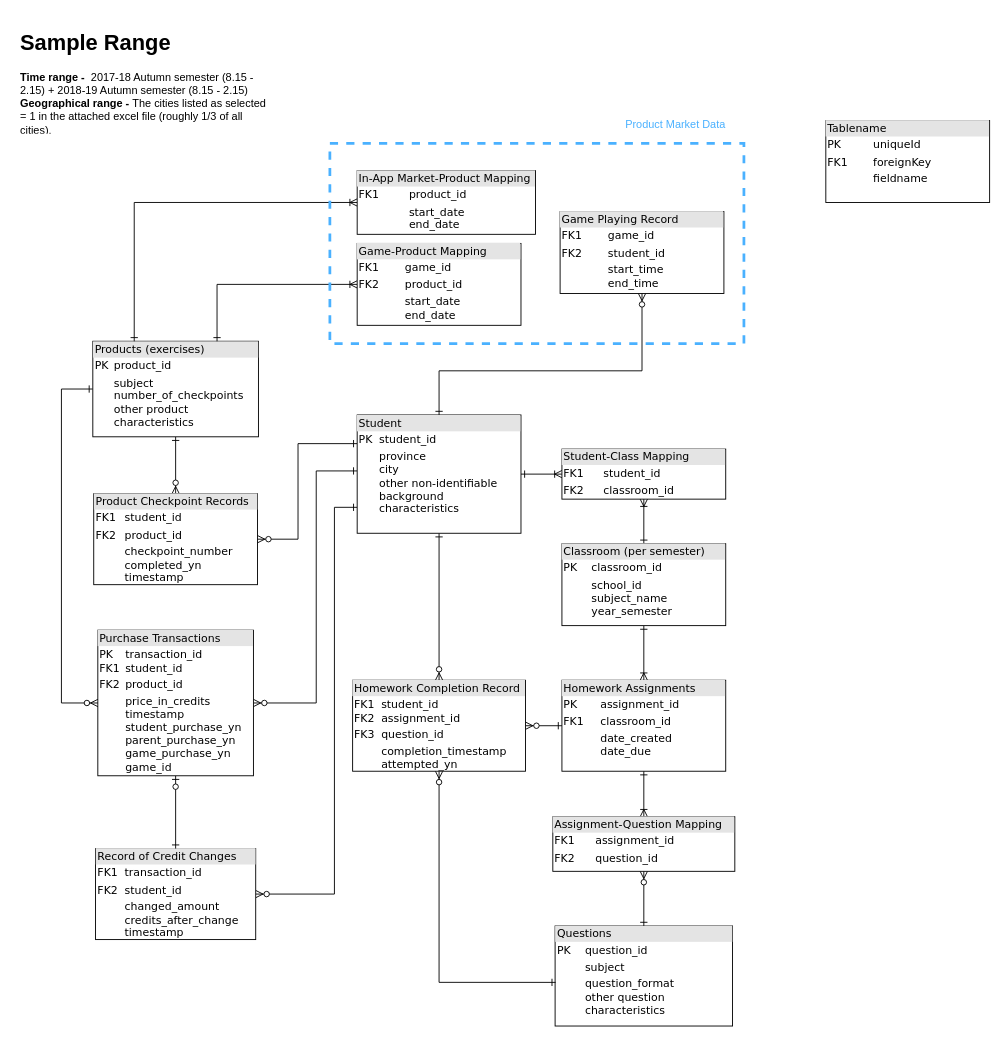
henrishi/drawio keeps this draw.io diagram as 17zuoye_request_schema.drawio. Above is the earlier version. Source tidied: cells renumbered, new cells numbered last; positions are measured from the earlier drawing's top-left corner, leaving out a move shared by most shapes. Both pictures are drawn from the tidied source at 91%, with x=0, y=0 at pixel (15, 25).
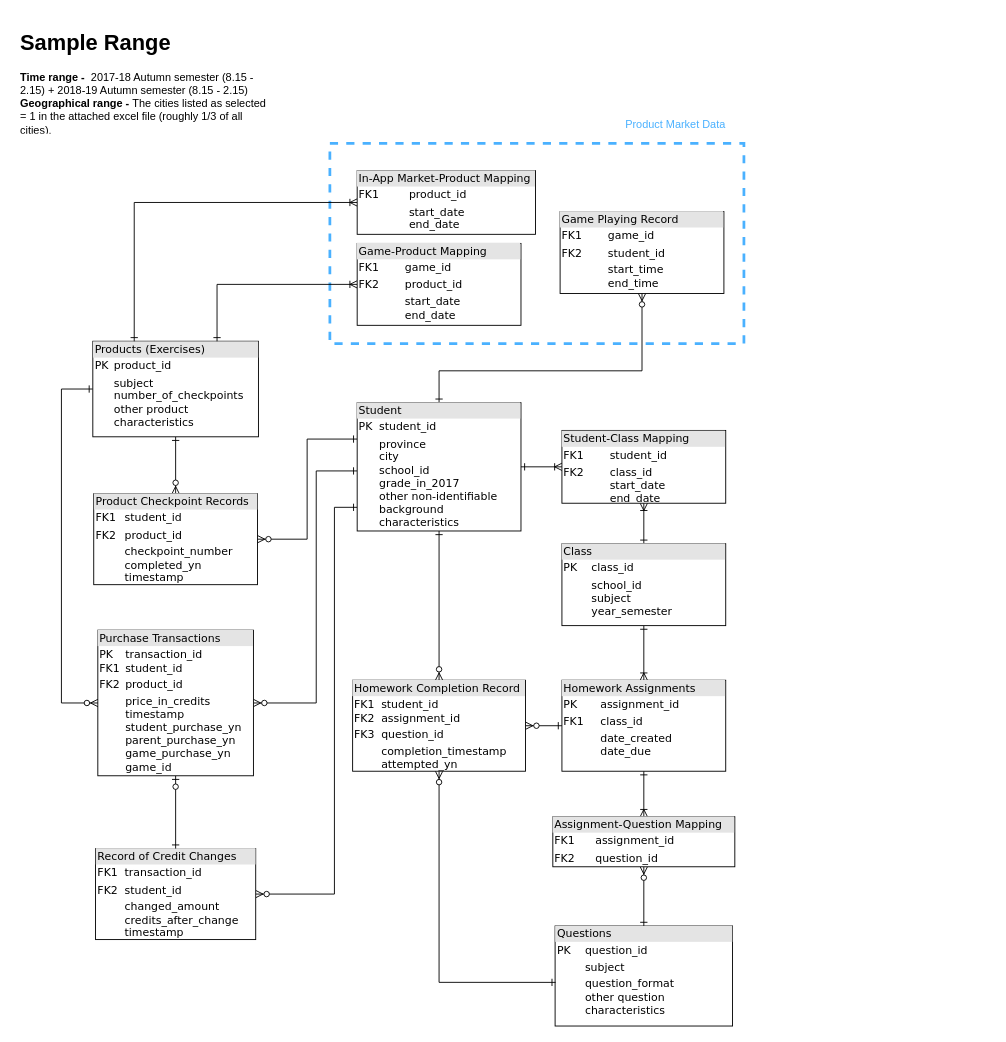
Above is the later version.

The change refers to these unchanged cells:
```xml
<mxCell id="29" value="&lt;div style=&quot;box-sizing: border-box ; width: 100% ; background: #e4e4e4 ; padding: 2px&quot;&gt;Product Checkpoint Records&lt;/div&gt;&lt;table style=&quot;width: 100% ; font-size: 1em&quot; cellpadding=&quot;2&quot; cellspacing=&quot;0&quot;&gt;&lt;tbody&gt;&lt;tr&gt;&lt;td&gt;FK1&lt;/td&gt;&lt;td&gt;student_id&lt;/td&gt;&lt;/tr&gt;&lt;tr&gt;&lt;td&gt;FK2&lt;/td&gt;&lt;td&gt;product_id&lt;/td&gt;&lt;/tr&gt;&lt;tr&gt;&lt;td&gt;&lt;/td&gt;&lt;td&gt;checkpoint_number&lt;br&gt;completed_yn&lt;br&gt;timestamp&lt;/td&gt;&lt;/tr&gt;&lt;/tbody&gt;&lt;/table&gt;" style="verticalAlign=top;align=left;overflow=fill;html=1;rounded=0;shadow=0;comic=0;labelBackgroundColor=none;strokeColor=#000000;strokeWidth=1;fillColor=#ffffff;fontFamily=Verdana;fontSize=12;fontColor=#000000;" parent="1" vertex="1">
  <mxGeometry x="85.5" y="515" width="180" height="100" as="geometry" />
</mxCell>
```

What changed in the source:
```diff
@@
+    <mxCell id="35" style="group;" parent="1" vertex="1">
+      <mxGeometry x="345" y="100" width="455" height="250" as="geometry" />
+    </mxCell>
+    <mxCell id="36" style="rounded=0;whiteSpace=wrap;html=1;dashed=1;strokeColor=#4AB1FF;strokeWidth=3;fillColor=none;" parent="35" vertex="1">
+      <mxGeometry y="30" width="455" height="220" as="geometry" />
+    </mxCell>
+    <mxCell id="37" value="Product Market Data" style="text;html=1;strokeColor=none;fillColor=none;align=center;verticalAlign=middle;whiteSpace=wrap;rounded=0;dashed=1;fontColor=#4AB1FF;" parent="35" vertex="1">
+      <mxGeometry x="315" width="130" height="20" as="geometry" />
+    </mxCell>
@@
     <mxCell id="6" style="edgeStyle=orthogonalEdgeStyle;rounded=0;jettySize=auto;html=1;entryX=1;entryY=0.5;entryDx=0;entryDy=0;startArrow=ERone;startFill=0;endArrow=ERzeroToMany;endFill=1;" parent="1" edge="1" source="8" target="29">
       <mxGeometry relative="1" as="geometry">
         <Array as="points">
-          <mxPoint x="310" y="460" />
-          <mxPoint x="310" y="565" />
+          <mxPoint x="320" y="455" />
+          <mxPoint x="320" y="565" />
         </Array>
       </mxGeometry>
     </mxCell>
@@
-    <mxCell id="8" value="&lt;div style=&quot;box-sizing: border-box ; width: 100% ; background: #e4e4e4 ; padding: 2px&quot;&gt;Student&lt;/div&gt;&lt;table style=&quot;width: 100% ; font-size: 1em&quot; cellpadding=&quot;2&quot; cellspacing=&quot;0&quot;&gt;&lt;tbody&gt;&lt;tr&gt;&lt;td&gt;PK&lt;/td&gt;&lt;td&gt;student_id&lt;/td&gt;&lt;/tr&gt;&lt;tr&gt;&lt;td&gt;&lt;br&gt;&lt;br&gt;&lt;br&gt;&lt;br&gt;&lt;/td&gt;&lt;td&gt;province&lt;br&gt;city&lt;br&gt;other non-identifiable&lt;br&gt;background &lt;br&gt;characteristics&lt;br&gt;&lt;/td&gt;&lt;/tr&gt;&lt;/tbody&gt;&lt;/table&gt;" style="verticalAlign=top;align=left;overflow=fill;html=1;rounded=0;shadow=0;comic=0;labelBackgroundColor=none;strokeColor=#000000;strokeWidth=1;fillColor=#ffffff;fontFamily=Verdana;fontSize=12;fontColor=#000000;" parent="1" vertex="1">
-      <mxGeometry x="375" y="428.5" width="180" height="130" as="geometry" />
+    <mxCell id="8" value="&lt;div style=&quot;box-sizing: border-box ; width: 100% ; background: #e4e4e4 ; padding: 2px&quot;&gt;Student&lt;/div&gt;&lt;table style=&quot;width: 100% ; font-size: 1em&quot; cellpadding=&quot;2&quot; cellspacing=&quot;0&quot;&gt;&lt;tbody&gt;&lt;tr&gt;&lt;td&gt;PK&lt;/td&gt;&lt;td&gt;student_id&lt;/td&gt;&lt;/tr&gt;&lt;tr&gt;&lt;td&gt;&lt;br&gt;&lt;br&gt;&lt;br&gt;&lt;br&gt;&lt;/td&gt;&lt;td&gt;province&lt;br&gt;city&lt;br&gt;school_id&lt;br&gt;grade_in_2017&lt;br&gt;other non-identifiable&lt;br&gt;background &lt;br&gt;characteristics&lt;br&gt;&lt;/td&gt;&lt;/tr&gt;&lt;/tbody&gt;&lt;/table&gt;" style="verticalAlign=top;align=left;overflow=fill;html=1;rounded=0;shadow=0;comic=0;labelBackgroundColor=none;strokeColor=#000000;strokeWidth=1;fillColor=#ffffff;fontFamily=Verdana;fontSize=12;fontColor=#000000;" parent="1" vertex="1">
+      <mxGeometry x="375" y="415" width="180" height="141" as="geometry" />
     </mxCell>
-    <mxCell id="9" value="&lt;div style=&quot;box-sizing:border-box;width:100%;background:#e4e4e4;padding:2px;&quot;&gt;Tablename&lt;/div&gt;&lt;table style=&quot;width:100%;font-size:1em;&quot; cellpadding=&quot;2&quot; cellspacing=&quot;0&quot;&gt;&lt;tr&gt;&lt;td&gt;PK&lt;/td&gt;&lt;td&gt;uniqueId&lt;/td&gt;&lt;/tr&gt;&lt;tr&gt;&lt;td&gt;FK1&lt;/td&gt;&lt;td&gt;foreignKey&lt;/td&gt;&lt;/tr&gt;&lt;tr&gt;&lt;td&gt;&lt;/td&gt;&lt;td&gt;fieldname&lt;/td&gt;&lt;/tr&gt;&lt;/table&gt;" style="verticalAlign=top;align=left;overflow=fill;html=1;rounded=0;shadow=0;comic=0;labelBackgroundColor=none;strokeColor=#000000;strokeWidth=1;fillColor=#ffffff;fontFamily=Verdana;fontSize=12;fontColor=#000000;" parent="1" vertex="1">
-      <mxGeometry x="890" y="105" width="180" height="90" as="geometry" />
-    </mxCell>
@@
-    <mxCell id="13" value="&lt;div style=&quot;box-sizing: border-box ; width: 100% ; background: #e4e4e4 ; padding: 2px&quot;&gt;Classroom (per semester)&lt;/div&gt;&lt;table style=&quot;width: 100% ; font-size: 1em&quot; cellpadding=&quot;2&quot; cellspacing=&quot;0&quot;&gt;&lt;tbody&gt;&lt;tr&gt;&lt;td&gt;PK&lt;/td&gt;&lt;td&gt;classroom_id&lt;/td&gt;&lt;/tr&gt;&lt;tr&gt;&lt;td&gt;&lt;/td&gt;&lt;td&gt;school_id&lt;br&gt;subject_name&lt;br&gt;year_semester&lt;br&gt;&lt;/td&gt;&lt;/tr&gt;&lt;/tbody&gt;&lt;/table&gt;" style="verticalAlign=top;align=left;overflow=fill;html=1;rounded=0;shadow=0;comic=0;labelBackgroundColor=none;strokeColor=#000000;strokeWidth=1;fillColor=#ffffff;fontFamily=Verdana;fontSize=12;fontColor=#000000;" parent="1" vertex="1">
+    <mxCell id="13" value="&lt;div style=&quot;box-sizing: border-box ; width: 100% ; background: #e4e4e4 ; padding: 2px&quot;&gt;Class&lt;/div&gt;&lt;table style=&quot;width: 100% ; font-size: 1em&quot; cellpadding=&quot;2&quot; cellspacing=&quot;0&quot;&gt;&lt;tbody&gt;&lt;tr&gt;&lt;td&gt;PK&lt;/td&gt;&lt;td&gt;class_id&lt;/td&gt;&lt;/tr&gt;&lt;tr&gt;&lt;td&gt;&lt;/td&gt;&lt;td&gt;school_id&lt;br&gt;subject&lt;br&gt;year_semester&lt;br&gt;&lt;/td&gt;&lt;/tr&gt;&lt;/tbody&gt;&lt;/table&gt;" style="verticalAlign=top;align=left;overflow=fill;html=1;rounded=0;shadow=0;comic=0;labelBackgroundColor=none;strokeColor=#000000;strokeWidth=1;fillColor=#ffffff;fontFamily=Verdana;fontSize=12;fontColor=#000000;" parent="1" vertex="1">
       <mxGeometry x="600" y="570" width="180" height="90" as="geometry" />
     </mxCell>
-    <mxCell id="14" value="&lt;div style=&quot;box-sizing: border-box ; width: 100% ; background: #e4e4e4 ; padding: 2px&quot;&gt;Student-Class Mapping&lt;/div&gt;&lt;table style=&quot;width: 100% ; font-size: 1em&quot; cellpadding=&quot;2&quot; cellspacing=&quot;0&quot;&gt;&lt;tbody&gt;&lt;tr&gt;&lt;td&gt;FK1&lt;/td&gt;&lt;td&gt;student_id&lt;/td&gt;&lt;/tr&gt;&lt;tr&gt;&lt;td&gt;FK2&lt;/td&gt;&lt;td&gt;classroom_id&lt;/td&gt;&lt;/tr&gt;&lt;/tbody&gt;&lt;/table&gt;" style="verticalAlign=top;align=left;overflow=fill;html=1;rounded=0;shadow=0;comic=0;labelBackgroundColor=none;strokeColor=#000000;strokeWidth=1;fillColor=#ffffff;fontFamily=Verdana;fontSize=12;fontColor=#000000;" parent="1" vertex="1">
-      <mxGeometry x="600" y="466" width="180" height="55" as="geometry" />
+    <mxCell id="14" value="&lt;div style=&quot;box-sizing: border-box ; width: 100% ; background: #e4e4e4 ; padding: 2px&quot;&gt;Student-Class Mapping&lt;/div&gt;&lt;table style=&quot;width: 100% ; font-size: 1em&quot; cellpadding=&quot;2&quot; cellspacing=&quot;0&quot;&gt;&lt;tbody&gt;&lt;tr&gt;&lt;td&gt;FK1&lt;/td&gt;&lt;td&gt;student_id&lt;/td&gt;&lt;/tr&gt;&lt;tr&gt;&lt;td&gt;FK2&lt;br&gt;&lt;br&gt;&lt;br&gt;&lt;/td&gt;&lt;td&gt;class_id&lt;br&gt;start_date&lt;br&gt;end_date&lt;br&gt;&lt;/td&gt;&lt;/tr&gt;&lt;/tbody&gt;&lt;/table&gt;" style="verticalAlign=top;align=left;overflow=fill;html=1;rounded=0;shadow=0;comic=0;labelBackgroundColor=none;strokeColor=#000000;strokeWidth=1;fillColor=#ffffff;fontFamily=Verdana;fontSize=12;fontColor=#000000;" parent="1" vertex="1">
+      <mxGeometry x="600" y="445.5" width="180" height="80" as="geometry" />
     </mxCell>
@@
-    <mxCell id="16" value="&lt;div style=&quot;box-sizing: border-box ; width: 100% ; background: #e4e4e4 ; padding: 2px&quot;&gt;Homework Assignments&lt;/div&gt;&lt;table style=&quot;width: 100% ; font-size: 1em&quot; cellpadding=&quot;2&quot; cellspacing=&quot;0&quot;&gt;&lt;tbody&gt;&lt;tr&gt;&lt;td&gt;PK&lt;/td&gt;&lt;td&gt;assignment_id&lt;/td&gt;&lt;/tr&gt;&lt;tr&gt;&lt;td&gt;FK1&lt;/td&gt;&lt;td&gt;classroom_id&lt;/td&gt;&lt;/tr&gt;&lt;tr&gt;&lt;td&gt;&lt;/td&gt;&lt;td&gt;date_created&lt;br&gt;date_due&lt;br&gt;&lt;/td&gt;&lt;/tr&gt;&lt;/tbody&gt;&lt;/table&gt;" style="verticalAlign=top;align=left;overflow=fill;html=1;rounded=0;shadow=0;comic=0;labelBackgroundColor=none;strokeColor=#000000;strokeWidth=1;fillColor=#ffffff;fontFamily=Verdana;fontSize=12;fontColor=#000000;" parent="1" vertex="1">
+    <mxCell id="16" value="&lt;div style=&quot;box-sizing: border-box ; width: 100% ; background: #e4e4e4 ; padding: 2px&quot;&gt;Homework Assignments&lt;/div&gt;&lt;table style=&quot;width: 100% ; font-size: 1em&quot; cellpadding=&quot;2&quot; cellspacing=&quot;0&quot;&gt;&lt;tbody&gt;&lt;tr&gt;&lt;td&gt;PK&lt;/td&gt;&lt;td&gt;assignment_id&lt;/td&gt;&lt;/tr&gt;&lt;tr&gt;&lt;td&gt;FK1&lt;/td&gt;&lt;td&gt;class_id&lt;/td&gt;&lt;/tr&gt;&lt;tr&gt;&lt;td&gt;&lt;/td&gt;&lt;td&gt;date_created&lt;br&gt;date_due&lt;br&gt;&lt;/td&gt;&lt;/tr&gt;&lt;/tbody&gt;&lt;/table&gt;" style="verticalAlign=top;align=left;overflow=fill;html=1;rounded=0;shadow=0;comic=0;labelBackgroundColor=none;strokeColor=#000000;strokeWidth=1;fillColor=#ffffff;fontFamily=Verdana;fontSize=12;fontColor=#000000;" parent="1" vertex="1">
       <mxGeometry x="600" y="720" width="180" height="100" as="geometry" />
     </mxCell>
@@
     <mxCell id="19" value="&lt;div style=&quot;box-sizing: border-box ; width: 100% ; background: #e4e4e4 ; padding: 2px&quot;&gt;Assignment-Question Mapping&lt;/div&gt;&lt;table style=&quot;width: 100% ; font-size: 1em&quot; cellpadding=&quot;2&quot; cellspacing=&quot;0&quot;&gt;&lt;tbody&gt;&lt;tr&gt;&lt;td&gt;FK1&lt;/td&gt;&lt;td&gt;assignment_id&lt;br&gt;&lt;/td&gt;&lt;/tr&gt;&lt;tr&gt;&lt;td&gt;FK2&lt;/td&gt;&lt;td&gt;question_id&lt;/td&gt;&lt;/tr&gt;&lt;/tbody&gt;&lt;/table&gt;" style="verticalAlign=top;align=left;overflow=fill;html=1;rounded=0;shadow=0;comic=0;labelBackgroundColor=none;strokeColor=#000000;strokeWidth=1;fillColor=#ffffff;fontFamily=Verdana;fontSize=12;fontColor=#000000;" parent="1" vertex="1">
-      <mxGeometry x="590" y="870" width="200" height="60" as="geometry" />
+      <mxGeometry x="590" y="870" width="200" height="55" as="geometry" />
     </mxCell>
@@
-    <mxCell id="28" value="&lt;div style=&quot;box-sizing: border-box ; width: 100% ; background: #e4e4e4 ; padding: 2px&quot;&gt;Products (exercises)&lt;/div&gt;&lt;table style=&quot;width: 100% ; font-size: 1em&quot; cellpadding=&quot;2&quot; cellspacing=&quot;0&quot;&gt;&lt;tbody&gt;&lt;tr&gt;&lt;td&gt;PK&lt;/td&gt;&lt;td&gt;product_id&lt;/td&gt;&lt;/tr&gt;&lt;tr&gt;&lt;td&gt;&lt;/td&gt;&lt;td&gt;subject&lt;br&gt;number_of_checkpoints&lt;br&gt;other product&lt;br&gt;characteristics&lt;br&gt;&lt;br&gt;&lt;/td&gt;&lt;/tr&gt;&lt;/tbody&gt;&lt;/table&gt;" style="verticalAlign=top;align=left;overflow=fill;html=1;rounded=0;shadow=0;comic=0;labelBackgroundColor=none;strokeColor=#000000;strokeWidth=1;fillColor=#ffffff;fontFamily=Verdana;fontSize=12;fontColor=#000000;" parent="1" vertex="1">
+    <mxCell id="28" value="&lt;div style=&quot;box-sizing: border-box ; width: 100% ; background: #e4e4e4 ; padding: 2px&quot;&gt;Products (Exercises)&lt;/div&gt;&lt;table style=&quot;width: 100% ; font-size: 1em&quot; cellpadding=&quot;2&quot; cellspacing=&quot;0&quot;&gt;&lt;tbody&gt;&lt;tr&gt;&lt;td&gt;PK&lt;/td&gt;&lt;td&gt;product_id&lt;/td&gt;&lt;/tr&gt;&lt;tr&gt;&lt;td&gt;&lt;/td&gt;&lt;td&gt;subject&lt;br&gt;number_of_checkpoints&lt;br&gt;other product&lt;br&gt;characteristics&lt;br&gt;&lt;br&gt;&lt;/td&gt;&lt;/tr&gt;&lt;/tbody&gt;&lt;/table&gt;" style="verticalAlign=top;align=left;overflow=fill;html=1;rounded=0;shadow=0;comic=0;labelBackgroundColor=none;strokeColor=#000000;strokeWidth=1;fillColor=#ffffff;fontFamily=Verdana;fontSize=12;fontColor=#000000;" parent="1" vertex="1">
       <mxGeometry x="84.5" y="347.5" width="182" height="105" as="geometry" />
     </mxCell>
@@
-    <mxCell id="35" style="group;" parent="1" vertex="1">
-      <mxGeometry x="345" y="100" width="455" height="250" as="geometry" />
-    </mxCell>
-    <mxCell id="36" style="rounded=0;whiteSpace=wrap;html=1;dashed=1;strokeColor=#4AB1FF;strokeWidth=3;fillColor=none;" parent="35" vertex="1">
-      <mxGeometry y="30" width="455" height="220" as="geometry" />
-    </mxCell>
-    <mxCell id="37" value="Product Market Data" style="text;html=1;strokeColor=none;fillColor=none;align=center;verticalAlign=middle;whiteSpace=wrap;rounded=0;dashed=1;fontColor=#4AB1FF;" parent="35" vertex="1">
-      <mxGeometry x="315" width="130" height="20" as="geometry" />
-    </mxCell>
```
